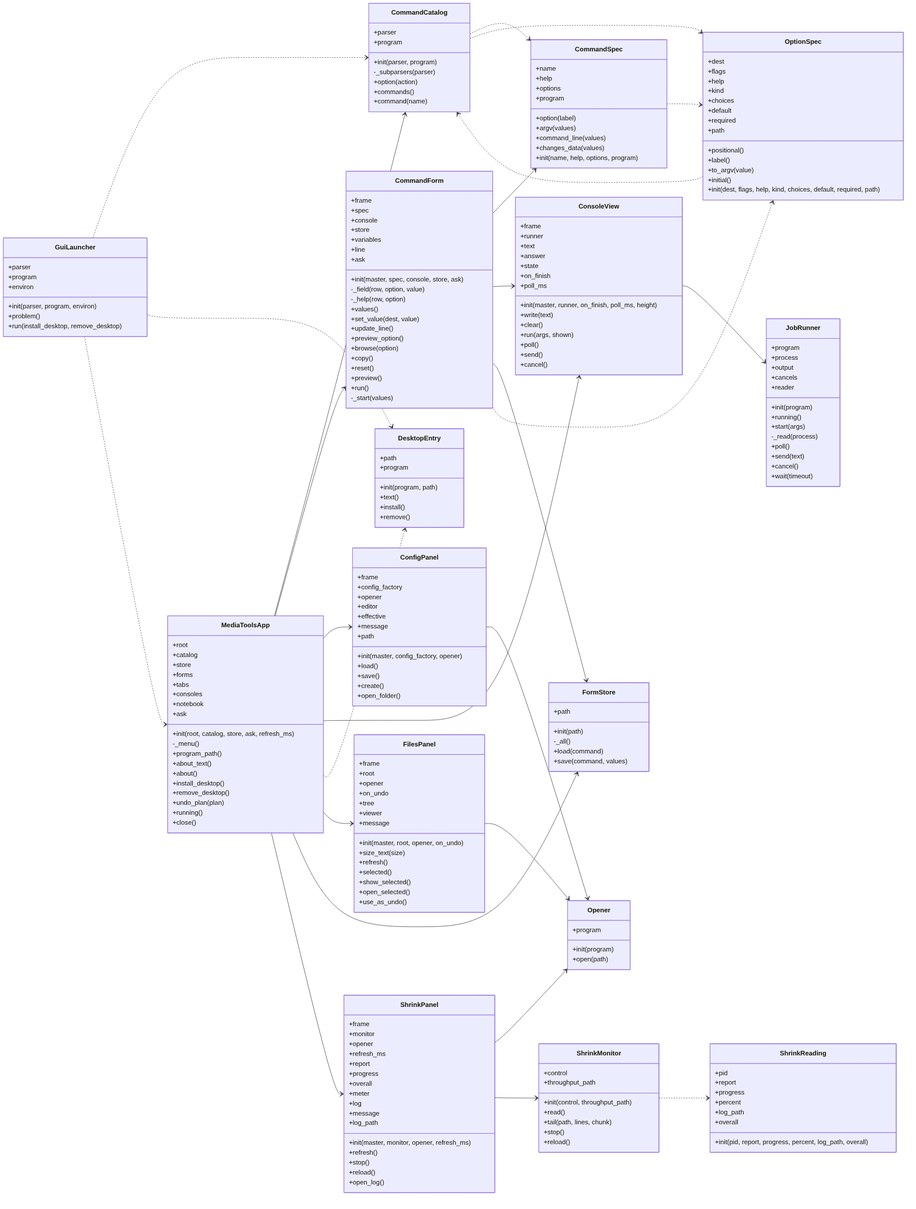
Above: docs/img/uml_gui.png in peddanet/mediatools (Mermaid), before the change. Its source is kept beside it as docs/img/uml_gui.mmd.
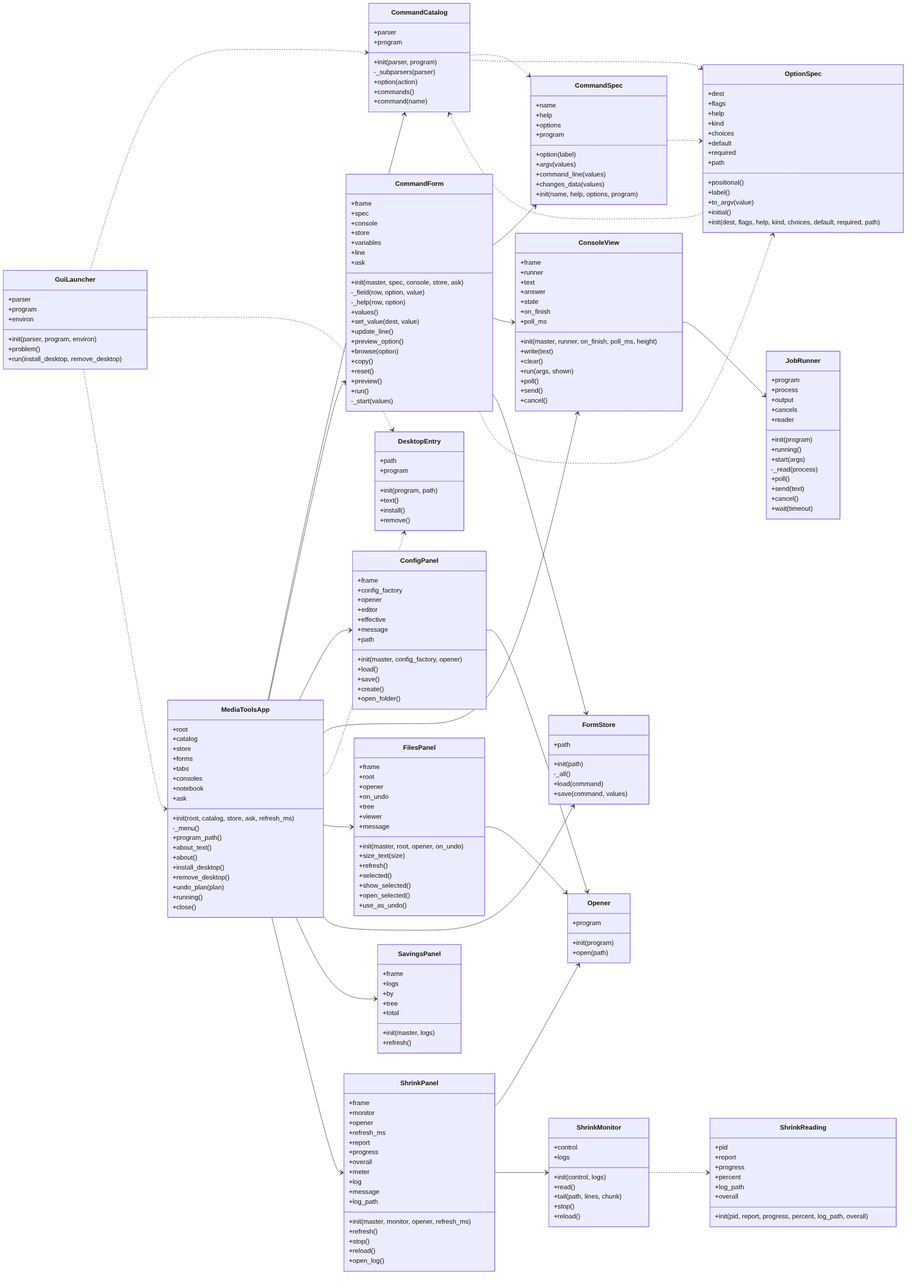
After the change.

Change to the diagram source:
```diff
@@ -166,10 +166,19 @@
     +initial()
     +init(dest, flags, help, kind, choices, default, required, path)
   }
+  class SavingsPanel {
+    +frame
+    +logs
+    +by
+    +tree
+    +total
+    +init(master, logs)
+    +refresh()
+  }
   class ShrinkMonitor {
     +control
-    +throughput_path
-    +init(control, throughput_path)
+    +logs
+    +init(control, logs)
     +read()
     +tail(path, lines, chunk)
     +stop()
@@ -209,6 +218,7 @@
   MediaToolsApp ..> DesktopEntry
   MediaToolsApp --> FilesPanel
   MediaToolsApp --> FormStore
+  MediaToolsApp --> SavingsPanel
   MediaToolsApp --> ShrinkPanel
   CommandCatalog ..> CommandSpec
   CommandCatalog ..> OptionSpec
```
